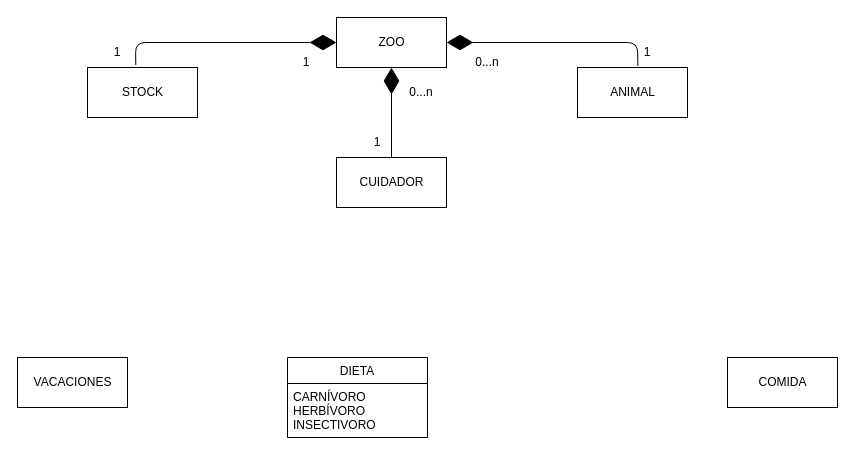
The draw.io diagram EJ5/ejercicio5.drawio in Trabajo-gruupal-empresa/Mediante-UML, before the edit. Source tidied: cells renumbered, new cells numbered last; positions are measured from the earlier drawing's top-left corner, leaving out a move shared by most shapes. Both pictures are drawn from the tidied source at 100%, with x=0, y=0 at pixel (17, 17).
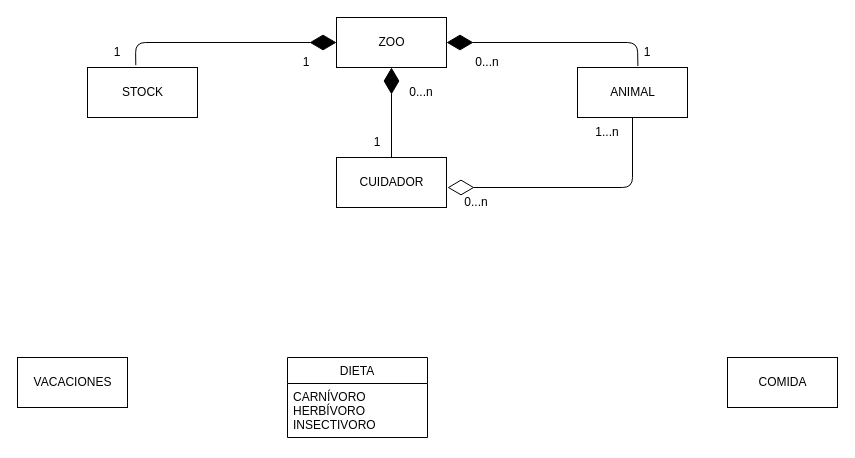
Above is the later version.

Commit message:
agregación cuidador/animal

The change refers to these unchanged cells:
```xml
<mxCell id="4" value="ANIMAL" style="html=1;" parent="1" vertex="1">
  <mxGeometry x="560" y="50" width="110" height="50" as="geometry" />
</mxCell>
```

The edit, as a diff of the source:
```diff
@@
+    <mxCell id="19" style="endArrow=diamondThin;endFill=0;endSize=24;html=1;exitX=0.5;exitY=1;exitDx=0;exitDy=0;" parent="1" edge="1" source="4">
+      <mxGeometry relative="1" as="geometry">
+        <mxPoint x="430" y="170" as="targetPoint" />
+        <Array as="points">
+          <mxPoint x="615" y="170" />
+        </Array>
+      </mxGeometry>
+    </mxCell>
+    <mxCell id="20" value="1...n" style="text;strokeColor=none;align=center;fillColor=none;html=1;verticalAlign=middle;whiteSpace=wrap;rounded=0;" parent="1" vertex="1">
+      <mxGeometry x="560" y="100" width="60" height="30" as="geometry" />
+    </mxCell>
+    <mxCell id="21" value="0...n" style="text;strokeColor=none;align=center;fillColor=none;html=1;verticalAlign=middle;whiteSpace=wrap;rounded=0;" parent="1" vertex="1">
+      <mxGeometry x="429" y="170" width="60" height="30" as="geometry" />
+    </mxCell>
```
